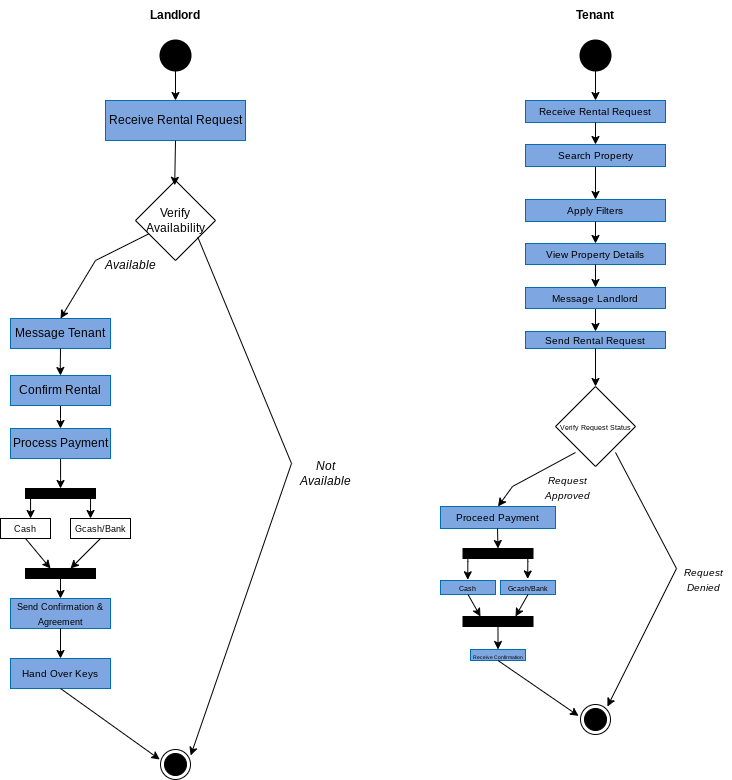
The draw.io diagram Untitled Diagram.drawio.png in ur1el0/CP105-Applications-Dev-Emerging-Techonology, before a commit. Source tidied: cells renumbered, new cells last; positions are measured from the earlier drawing's top-left corner, leaving out a move shared by most shapes.
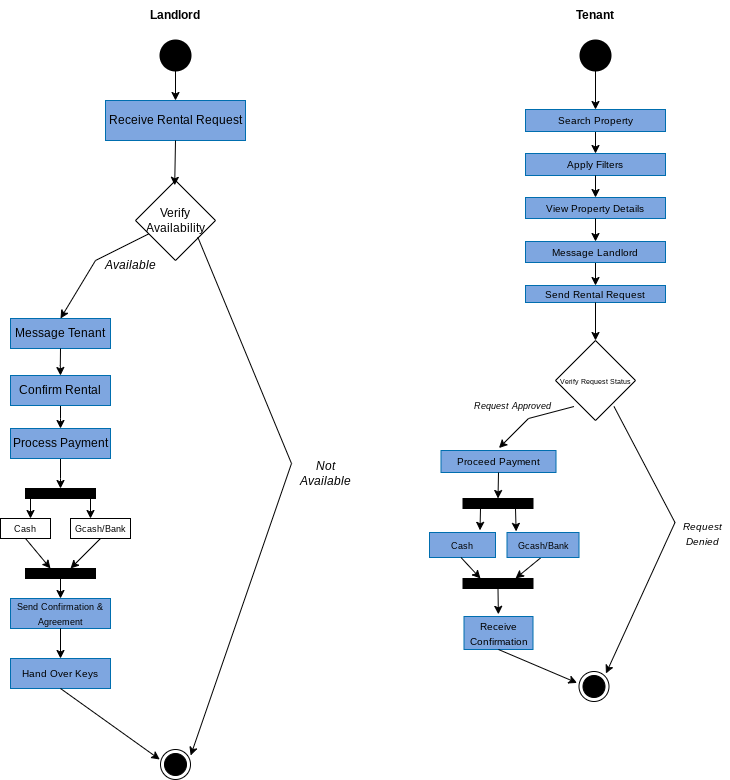
The same diagram one commit later.

Diff of the diagram source:
```diff
@@ -14,122 +14,100 @@
     <mxCell id="5" value="&lt;b&gt;Tenant&lt;/b&gt;" style="text;html=1;align=center;verticalAlign=middle;whiteSpace=wrap;rounded=0;" parent="1" vertex="1">
       <mxGeometry x="565" width="60" height="30" as="geometry" />
     </mxCell>
-    <mxCell id="6" style="endArrow=classic;html=1;rounded=0;exitX=0.5;exitY=1;exitDx=0;exitDy=0;exitPerimeter=0;entryX=0.5;entryY=0;entryDx=0;entryDy=0;" parent="1" edge="1" source="4" target="7">
+    <mxCell id="6" style="endArrow=classic;html=1;rounded=0;exitX=0.5;exitY=1;exitDx=0;exitDy=0;exitPerimeter=0;entryX=0.5;entryY=0;entryDx=0;entryDy=0;" parent="1" edge="1" source="4" target="10">
       <mxGeometry relative="1" as="geometry" />
     </mxCell>
-    <mxCell id="7" value="&lt;font style=&quot;color: rgb(0, 0, 0); font-size: 10px;&quot;&gt;Receive Rental Request&lt;/font&gt;" style="rounded=0;whiteSpace=wrap;html=1;fillColor=#7EA6E0;fontColor=#ffffff;strokeColor=#006EAF;" parent="1" vertex="1">
-      <mxGeometry x="525" y="100" width="140" height="22" as="geometry" />
-    </mxCell>
-    <mxCell id="8" style="endArrow=classic;html=1;rounded=0;entryX=0.5;entryY=0;entryDx=0;entryDy=0;exitX=0.5;exitY=1;exitDx=0;exitDy=0;" parent="1" edge="1" source="7" target="10">
-      <mxGeometry relative="1" as="geometry" />
-    </mxCell>
     <mxCell id="9" style="endArrow=classic;html=1;rounded=0;exitX=0.5;exitY=1;exitDx=0;exitDy=0;entryX=0.5;entryY=0;entryDx=0;entryDy=0;" parent="1" edge="1" source="10" target="11">
       <mxGeometry relative="1" as="geometry" />
     </mxCell>
     <mxCell id="10" value="&lt;font style=&quot;color: rgb(0, 0, 0); font-size: 10px;&quot;&gt;Search Property&lt;/font&gt;" style="rounded=0;whiteSpace=wrap;html=1;fillColor=#7EA6E0;fontColor=#ffffff;strokeColor=#006EAF;" parent="1" vertex="1">
-      <mxGeometry x="525" y="144" width="140" height="22" as="geometry" />
+      <mxGeometry x="525" y="109" width="140" height="22" as="geometry" />
     </mxCell>
     <mxCell id="11" value="&lt;font style=&quot;color: rgb(0, 0, 0); font-size: 10px;&quot;&gt;Apply Filters&lt;/font&gt;" style="rounded=0;whiteSpace=wrap;html=1;fillColor=#7EA6E0;fontColor=#ffffff;strokeColor=#006EAF;" parent="1" vertex="1">
-      <mxGeometry x="525" y="199" width="140" height="22" as="geometry" />
+      <mxGeometry x="525" y="153" width="140" height="22" as="geometry" />
     </mxCell>
     <mxCell id="12" style="endArrow=classic;html=1;rounded=0;exitX=0.5;exitY=1;exitDx=0;exitDy=0;entryX=0.5;entryY=0;entryDx=0;entryDy=0;" parent="1" edge="1" source="11" target="13">
       <mxGeometry relative="1" as="geometry" />
     </mxCell>
     <mxCell id="13" value="&lt;font style=&quot;color: rgb(0, 0, 0); font-size: 10px;&quot;&gt;View Property Details&lt;/font&gt;" style="rounded=0;whiteSpace=wrap;html=1;fillColor=#7EA6E0;fontColor=#ffffff;strokeColor=#006EAF;" parent="1" vertex="1">
-      <mxGeometry x="525" y="243" width="140" height="21" as="geometry" />
+      <mxGeometry x="525" y="197" width="140" height="21" as="geometry" />
     </mxCell>
     <mxCell id="14" style="endArrow=classic;html=1;rounded=0;entryX=0.5;entryY=0;entryDx=0;entryDy=0;exitX=0.5;exitY=1;exitDx=0;exitDy=0;" parent="1" edge="1" source="37" target="15">
       <mxGeometry relative="1" as="geometry" />
     </mxCell>
     <mxCell id="15" value="&lt;font style=&quot;color: rgb(0, 0, 0); font-size: 10px;&quot;&gt;Send Rental Request&lt;/font&gt;" style="rounded=0;whiteSpace=wrap;html=1;fillColor=#7EA6E0;fontColor=#ffffff;strokeColor=#006EAF;" parent="1" vertex="1">
-      <mxGeometry x="525" y="331" width="140" height="17" as="geometry" />
+      <mxGeometry x="525" y="285" width="140" height="17" as="geometry" />
     </mxCell>
     <mxCell id="16" style="endArrow=classic;html=1;rounded=0;exitX=0.5;exitY=1;exitDx=0;exitDy=0;entryX=0.5;entryY=0;entryDx=0;entryDy=0;" parent="1" edge="1" source="15" target="17">
       <mxGeometry relative="1" as="geometry" />
     </mxCell>
     <mxCell id="17" value="&lt;font style=&quot;font-size: 7px;&quot;&gt;Verify Request Status&lt;/font&gt;" style="rhombus;whiteSpace=wrap;html=1;" parent="1" vertex="1">
-      <mxGeometry x="555" y="386" width="80" height="80" as="geometry" />
+      <mxGeometry x="555" y="340" width="80" height="80" as="geometry" />
     </mxCell>
-    <mxCell id="18" style="endArrow=classic;html=1;rounded=0;exitX=0;exitY=1;exitDx=0;exitDy=0;entryX=0.5;entryY=0;entryDx=0;entryDy=0;" parent="1" edge="1" target="22">
+    <mxCell id="18" style="endArrow=classic;html=1;rounded=0;exitX=0;exitY=1;exitDx=0;exitDy=0;entryX=0.504;entryY=-0.112;entryDx=0;entryDy=0;entryPerimeter=0;" parent="1" edge="1" target="22">
       <mxGeometry relative="1" as="geometry">
-        <mxPoint x="575" y="452" as="sourcePoint" />
+        <mxPoint x="573.5" y="406" as="sourcePoint" />
         <Array as="points">
-          <mxPoint x="512" y="486" />
+          <mxPoint x="528" y="418" />
         </Array>
       </mxGeometry>
     </mxCell>
     <mxCell id="19" value="&lt;i&gt;&lt;font style=&quot;font-size: 10px;&quot;&gt;Request Denied&lt;/font&gt;&lt;/i&gt;" style="text;html=1;align=center;verticalAlign=middle;whiteSpace=wrap;rounded=0;" parent="1" vertex="1">
-      <mxGeometry x="676" y="564" width="55" height="30" as="geometry" />
+      <mxGeometry x="674.5" y="518" width="55" height="30" as="geometry" />
     </mxCell>
     <mxCell id="20" style="ellipse;html=1;shape=endState;fillColor=#000000;strokeColor=#000000;" parent="1" vertex="1">
-      <mxGeometry x="580" y="704" width="30" height="30" as="geometry" />
+      <mxGeometry x="578.5" y="671" width="30" height="30" as="geometry" />
     </mxCell>
     <mxCell id="21" style="endArrow=classic;html=1;rounded=0;exitX=1;exitY=1;exitDx=0;exitDy=0;entryX=0.898;entryY=0.068;entryDx=0;entryDy=0;entryPerimeter=0;" parent="1" edge="1" target="20">
       <mxGeometry relative="1" as="geometry">
-        <mxPoint x="615" y="452" as="sourcePoint" />
+        <mxPoint x="613.5" y="406" as="sourcePoint" />
         <Array as="points">
-          <mxPoint x="676" y="568" />
+          <mxPoint x="674.5" y="522" />
         </Array>
       </mxGeometry>
     </mxCell>
     <mxCell id="22" value="&lt;font style=&quot;color: rgb(0, 0, 0); font-size: 10px;&quot;&gt;Proceed Payment&lt;/font&gt;" style="rounded=0;whiteSpace=wrap;html=1;fillColor=#7EA6E0;fontColor=#ffffff;strokeColor=#006EAF;" parent="1" vertex="1">
-      <mxGeometry x="440" y="506" width="115" height="22" as="geometry" />
+      <mxGeometry x="440.5" y="450" width="115" height="22" as="geometry" />
     </mxCell>
-    <mxCell id="23" value="&lt;i&gt;&lt;font style=&quot;font-size: 10px;&quot;&gt;Request Approved&lt;/font&gt;&lt;/i&gt;" style="text;html=1;align=center;verticalAlign=middle;whiteSpace=wrap;rounded=0;" parent="1" vertex="1">
-      <mxGeometry x="525" y="472" width="85" height="30" as="geometry" />
+    <mxCell id="23" value="&lt;i&gt;&lt;font style=&quot;font-size: 9px;&quot;&gt;Request Approved&lt;/font&gt;&lt;/i&gt;" style="text;html=1;align=center;verticalAlign=middle;whiteSpace=wrap;rounded=0;" parent="1" vertex="1">
+      <mxGeometry x="470" y="390" width="85" height="30" as="geometry" />
     </mxCell>
-    <mxCell id="24" style="endArrow=classic;html=1;rounded=0;entryX=0.5;entryY=0;entryDx=0;entryDy=0;" parent="1" edge="1" target="25">
-      <mxGeometry relative="1" as="geometry">
-        <mxPoint x="497" y="528" as="sourcePoint" />
-      </mxGeometry>
+    <mxCell id="24" style="endArrow=classic;html=1;rounded=0;entryX=0.5;entryY=0;entryDx=0;entryDy=0;exitX=0.5;exitY=1;exitDx=0;exitDy=0;" parent="1" edge="1" source="22" target="25">
+      <mxGeometry relative="1" as="geometry" />
     </mxCell>
     <mxCell id="25" style="rounded=0;whiteSpace=wrap;html=1;fillColor=#000000;" parent="1" vertex="1">
-      <mxGeometry x="462.5" y="548" width="70" height="10" as="geometry" />
+      <mxGeometry x="462.5" y="498" width="70" height="10" as="geometry" />
     </mxCell>
-    <mxCell id="26" value="&lt;font color=&quot;#000000&quot;&gt;&lt;span style=&quot;font-size: 7px;&quot;&gt;Cash&lt;/span&gt;&lt;/font&gt;" style="rounded=0;whiteSpace=wrap;html=1;fillColor=#7EA6E0;fontColor=#ffffff;strokeColor=#006EAF;" parent="1" vertex="1">
-      <mxGeometry x="440" y="580" width="55" height="14" as="geometry" />
+    <mxCell id="26" value="&lt;font style=&quot;font-size: 9px;&quot; color=&quot;#000000&quot;&gt;Cash&lt;/font&gt;" style="rounded=0;whiteSpace=wrap;html=1;fillColor=#7EA6E0;fontColor=#ffffff;strokeColor=#006EAF;" parent="1" vertex="1">
+      <mxGeometry x="429" y="532" width="66" height="25" as="geometry" />
     </mxCell>
-    <mxCell id="27" value="&lt;font color=&quot;#000000&quot;&gt;&lt;span style=&quot;font-size: 7px;&quot;&gt;Gcash/Bank&lt;/span&gt;&lt;/font&gt;" style="rounded=0;whiteSpace=wrap;html=1;fillColor=#7EA6E0;fontColor=#ffffff;strokeColor=#006EAF;" parent="1" vertex="1">
-      <mxGeometry x="500" y="580" width="55" height="14" as="geometry" />
+    <mxCell id="27" value="&lt;font style=&quot;font-size: 9px;&quot; color=&quot;#000000&quot;&gt;Gcash/Bank&lt;/font&gt;" style="rounded=0;whiteSpace=wrap;html=1;fillColor=#7EA6E0;fontColor=#ffffff;strokeColor=#006EAF;" parent="1" vertex="1">
+      <mxGeometry x="506.5" y="532" width="72" height="25" as="geometry" />
     </mxCell>
-    <mxCell id="28" style="endArrow=classic;html=1;rounded=0;entryX=0.397;entryY=-0.069;entryDx=0;entryDy=0;exitX=0.925;exitY=0.95;exitDx=0;exitDy=0;exitPerimeter=0;entryPerimeter=0;" parent="1" edge="1" source="25">
-      <mxGeometry relative="1" as="geometry">
-        <mxPoint x="527.2" y="578.5" as="targetPoint" />
-        <Array as="points">
-          <mxPoint x="527.3" y="561" />
-        </Array>
-      </mxGeometry>
-    </mxCell>
     <mxCell id="29" style="rounded=0;whiteSpace=wrap;html=1;fillColor=#000000;" parent="1" vertex="1">
-      <mxGeometry x="462.5" y="616" width="70" height="10" as="geometry" />
+      <mxGeometry x="462.5" y="578" width="70" height="10" as="geometry" />
     </mxCell>
-    <mxCell id="30" style="endArrow=classic;html=1;rounded=0;exitX=0.5;exitY=1;exitDx=0;exitDy=0;entryX=0.75;entryY=0;entryDx=0;entryDy=0;" parent="1" edge="1" source="27" target="29">
+    <mxCell id="30" style="endArrow=classic;html=1;rounded=0;exitX=0.463;exitY=1.025;exitDx=0;exitDy=0;entryX=0.75;entryY=0;entryDx=0;entryDy=0;exitPerimeter=0;" parent="1" edge="1" source="27" target="29">
       <mxGeometry relative="1" as="geometry" />
     </mxCell>
-    <mxCell id="31" style="endArrow=classic;html=1;rounded=0;exitX=0.5;exitY=1;exitDx=0;exitDy=0;entryX=0.25;entryY=0;entryDx=0;entryDy=0;" parent="1" edge="1" source="26" target="29">
-      <mxGeometry relative="1" as="geometry" />
+    <mxCell id="31" style="endArrow=classic;html=1;rounded=0;exitX=0.5;exitY=1;exitDx=0;exitDy=0;entryX=0.25;entryY=0;entryDx=0;entryDy=0;" parent="1" edge="1" target="29">
+      <mxGeometry relative="1" as="geometry">
+        <mxPoint x="460.5" y="557" as="sourcePoint" />
+      </mxGeometry>
     </mxCell>
-    <mxCell id="32" style="endArrow=classic;html=1;rounded=0;entryX=0.496;entryY=-0.051;entryDx=0;entryDy=0;exitX=0.07;exitY=0.965;exitDx=0;exitDy=0;exitPerimeter=0;entryPerimeter=0;" parent="1" edge="1" source="25" target="26">
-      <mxGeometry relative="1" as="geometry">
-        <Array as="points">
-          <mxPoint x="467.3" y="561" />
-        </Array>
-      </mxGeometry>
-    </mxCell>
-    <mxCell id="33" style="endArrow=classic;html=1;rounded=0;exitX=0.5;exitY=1;exitDx=0;exitDy=0;entryX=0.5;entryY=0;entryDx=0;entryDy=0;" parent="1" edge="1" source="29" target="34">
-      <mxGeometry relative="1" as="geometry" />
-    </mxCell>
-    <mxCell id="34" value="&lt;font style=&quot;font-size: 5px;&quot; color=&quot;#000000&quot;&gt;Receive Confirmation&lt;/font&gt;" style="rounded=0;whiteSpace=wrap;html=1;fillColor=#7EA6E0;fontColor=#ffffff;strokeColor=#006EAF;" parent="1" vertex="1">
-      <mxGeometry x="470" y="649" width="55" height="11" as="geometry" />
+    <mxCell id="34" value="&lt;font style=&quot;font-size: 10px;&quot; color=&quot;#000000&quot;&gt;Receive Confirmation&lt;/font&gt;" style="rounded=0;whiteSpace=wrap;html=1;fillColor=#7EA6E0;fontColor=#ffffff;strokeColor=#006EAF;" parent="1" vertex="1">
+      <mxGeometry x="463.5" y="616" width="69" height="33" as="geometry" />
     </mxCell>
     <mxCell id="35" style="endArrow=classic;html=1;rounded=0;exitX=0.5;exitY=1;exitDx=0;exitDy=0;entryX=-0.065;entryY=0.38;entryDx=0;entryDy=0;entryPerimeter=0;" parent="1" edge="1" source="34" target="20">
       <mxGeometry relative="1" as="geometry" />
     </mxCell>
-    <mxCell id="36" style="endArrow=classic;html=1;rounded=0;exitX=0.5;exitY=1;exitDx=0;exitDy=0;entryX=0.5;entryY=0;entryDx=0;entryDy=0;" parent="1" edge="1" source="13" target="37">
-      <mxGeometry relative="1" as="geometry" />
+    <mxCell id="36" style="endArrow=classic;html=1;rounded=0;exitX=0.5;exitY=1;exitDx=0;exitDy=0;entryX=0.5;entryY=0;entryDx=0;entryDy=0;" parent="1" edge="1" target="37">
+      <mxGeometry relative="1" as="geometry">
+        <mxPoint x="595" y="218" as="sourcePoint" />
+      </mxGeometry>
     </mxCell>
     <mxCell id="37" value="&lt;font style=&quot;color: rgb(0, 0, 0); font-size: 10px;&quot;&gt;Message Landlord&lt;/font&gt;" style="rounded=0;whiteSpace=wrap;html=1;fillColor=#7EA6E0;fontColor=#ffffff;strokeColor=#006EAF;" parent="1" vertex="1">
-      <mxGeometry x="525" y="287" width="140" height="21" as="geometry" />
+      <mxGeometry x="525" y="241" width="140" height="21" as="geometry" />
     </mxCell>
     <mxCell id="38" style="ellipse;html=1;shape=endState;fillColor=#000000;strokeColor=#000000;" parent="1" vertex="1">
       <mxGeometry x="160" y="749" width="30" height="30" as="geometry" />
@@ -256,5 +234,14 @@
         </Array>
       </mxGeometry>
     </mxCell>
+    <mxCell id="32" style="endArrow=classic;html=1;rounded=0;exitX=0.25;exitY=1;exitDx=0;exitDy=0;entryX=0.765;entryY=-0.087;entryDx=0;entryDy=0;entryPerimeter=0;" parent="1" edge="1" source="25" target="26">
+      <mxGeometry relative="1" as="geometry" />
+    </mxCell>
+    <mxCell id="66" style="endArrow=classic;html=1;rounded=0;exitX=0.75;exitY=1;exitDx=0;exitDy=0;entryX=0.127;entryY=-0.044;entryDx=0;entryDy=0;entryPerimeter=0;" parent="1" edge="1" source="25" target="27">
+      <mxGeometry relative="1" as="geometry" />
+    </mxCell>
+    <mxCell id="33" style="endArrow=classic;html=1;rounded=0;exitX=0.5;exitY=1;exitDx=0;exitDy=0;entryX=0.498;entryY=-0.066;entryDx=0;entryDy=0;entryPerimeter=0;" parent="1" edge="1" source="29" target="34">
+      <mxGeometry relative="1" as="geometry" />
+    </mxCell>
   </root>
 </mxGraphModel>
```
